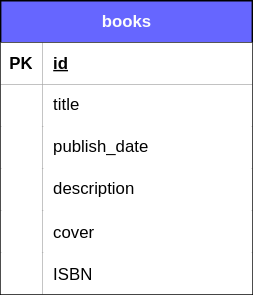
Before: docs/database-model.svg, a diagram exported from draw.io (camargobiel/book-trade-api). Source tidied: cells renumbered, new cells last; positions are measured from the earlier drawing's top-left corner, leaving out a move shared by most shapes.
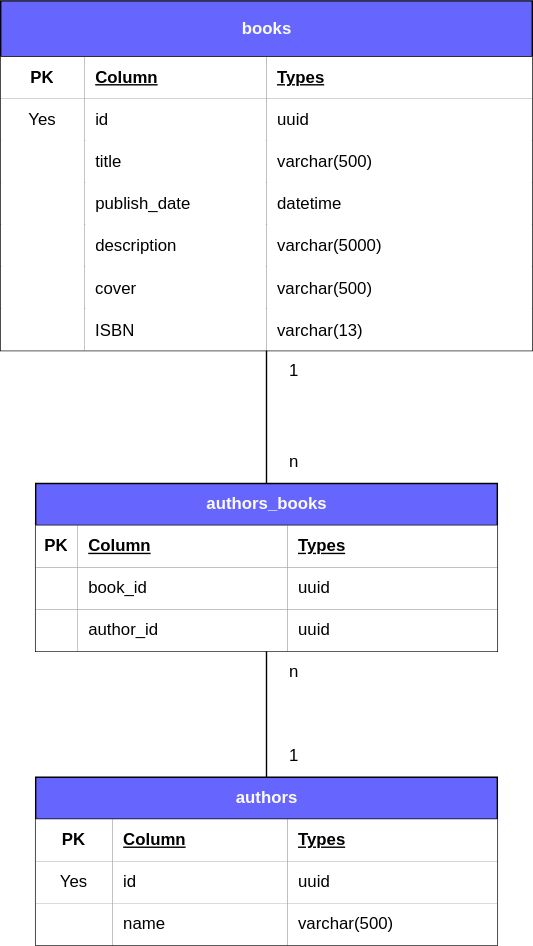
After the change.

Commit message:
docs: authors and authors_books table

The edit, as a diff of the source:
```diff
@@ -2,62 +2,190 @@
   <root>
     <mxCell id="0" />
     <mxCell id="1" parent="0" />
-    <mxCell id="2" value="books" style="shape=table;startSize=30;rowLines=0;fontStyle=1;align=center;html=1;rounded=0;fillColor=#6666FF;fontColor=#FCFCFC;labelBackgroundColor=none;" parent="1" vertex="1">
-      <mxGeometry width="180" height="210" as="geometry" />
+    <mxCell id="2" value="books" style="shape=table;startSize=40;rowLines=0;fontStyle=1;align=center;html=1;rounded=0;fillColor=#6666FF;fontColor=#FCFCFC;labelBackgroundColor=none;" parent="1" vertex="1">
+      <mxGeometry width="380" height="250" as="geometry" />
     </mxCell>
     <mxCell id="3" style="shape=tableRow;horizontal=0;startSize=0;swimlaneHead=0;swimlaneBody=0;fillColor=none;top=0;left=0;right=0;bottom=1;" parent="2" vertex="1">
-      <mxGeometry y="30" width="180" height="30" as="geometry" />
+      <mxGeometry y="40" width="380" height="30" as="geometry" />
     </mxCell>
     <mxCell id="4" value="PK" style="shape=partialRectangle;fillColor=default;top=0;left=0;bottom=0;right=0;fontStyle=1;overflow=hidden;whiteSpace=wrap;html=1;labelBackgroundColor=#FFFFFF;" parent="3" vertex="1">
-      <mxGeometry width="30" height="30" as="geometry" />
+      <mxGeometry width="60" height="30" as="geometry" />
     </mxCell>
-    <mxCell id="5" value="id" style="shape=partialRectangle;fillColor=default;top=0;left=0;bottom=0;right=0;align=left;spacingLeft=6;fontStyle=5;overflow=hidden;whiteSpace=wrap;html=1;labelBackgroundColor=#FFFFFF;" parent="3" vertex="1">
-      <mxGeometry x="30" width="150" height="30" as="geometry" />
+    <mxCell id="5" value="Column" style="shape=partialRectangle;fillColor=default;top=0;left=0;bottom=0;right=0;align=left;spacingLeft=6;fontStyle=5;overflow=hidden;whiteSpace=wrap;html=1;labelBackgroundColor=#FFFFFF;" parent="3" vertex="1">
+      <mxGeometry x="60" width="130" height="30" as="geometry" />
     </mxCell>
+    <mxCell id="21" value="Types" style="shape=partialRectangle;fillColor=default;top=0;left=0;bottom=0;right=0;align=left;spacingLeft=6;fontStyle=5;overflow=hidden;whiteSpace=wrap;html=1;labelBackgroundColor=#FFFFFF;" parent="3" vertex="1">
+      <mxGeometry x="190" width="190" height="30" as="geometry" />
+    </mxCell>
+    <mxCell id="22" style="shape=tableRow;horizontal=0;startSize=0;swimlaneHead=0;swimlaneBody=0;fillColor=none;top=0;left=0;right=0;bottom=0;" parent="2" vertex="1">
+      <mxGeometry y="70" width="380" height="30" as="geometry" />
+    </mxCell>
+    <mxCell id="23" value="Yes" style="shape=partialRectangle;fillColor=default;top=0;left=0;bottom=0;right=0;overflow=hidden;whiteSpace=wrap;html=1;labelBackgroundColor=#FFFFFF;" parent="22" vertex="1">
+      <mxGeometry width="60" height="30" as="geometry" />
+    </mxCell>
+    <mxCell id="24" value="id" style="shape=partialRectangle;fillColor=default;top=0;left=0;bottom=0;right=0;align=left;spacingLeft=6;overflow=hidden;whiteSpace=wrap;html=1;labelBackgroundColor=#FFFFFF;" parent="22" vertex="1">
+      <mxGeometry x="60" width="130" height="30" as="geometry" />
+    </mxCell>
+    <mxCell id="25" value="uuid" style="shape=partialRectangle;fillColor=default;top=0;left=0;bottom=0;right=0;align=left;spacingLeft=6;overflow=hidden;whiteSpace=wrap;html=1;labelBackgroundColor=#FFFFFF;" parent="22" vertex="1">
+      <mxGeometry x="190" width="190" height="30" as="geometry" />
+    </mxCell>
     <mxCell id="6" style="shape=tableRow;horizontal=0;startSize=0;swimlaneHead=0;swimlaneBody=0;fillColor=none;top=0;left=0;right=0;bottom=0;" parent="2" vertex="1">
-      <mxGeometry y="60" width="180" height="30" as="geometry" />
+      <mxGeometry y="100" width="380" height="30" as="geometry" />
     </mxCell>
     <mxCell id="7" style="shape=partialRectangle;fillColor=default;top=0;left=0;bottom=0;right=0;overflow=hidden;whiteSpace=wrap;html=1;labelBackgroundColor=#FFFFFF;" parent="6" vertex="1">
-      <mxGeometry width="30" height="30" as="geometry" />
+      <mxGeometry width="60" height="30" as="geometry" />
     </mxCell>
     <mxCell id="8" value="title&lt;br&gt;" style="shape=partialRectangle;fillColor=default;top=0;left=0;bottom=0;right=0;align=left;spacingLeft=6;overflow=hidden;whiteSpace=wrap;html=1;labelBackgroundColor=#FFFFFF;" parent="6" vertex="1">
-      <mxGeometry x="30" width="150" height="30" as="geometry" />
+      <mxGeometry x="60" width="130" height="30" as="geometry" />
     </mxCell>
+    <mxCell id="26" value="varchar(500)" style="shape=partialRectangle;fillColor=default;top=0;left=0;bottom=0;right=0;align=left;spacingLeft=6;overflow=hidden;whiteSpace=wrap;html=1;labelBackgroundColor=#FFFFFF;" parent="6" vertex="1">
+      <mxGeometry x="190" width="190" height="30" as="geometry" />
+    </mxCell>
     <mxCell id="9" style="shape=tableRow;horizontal=0;startSize=0;swimlaneHead=0;swimlaneBody=0;fillColor=none;top=0;left=0;right=0;bottom=0;" parent="2" vertex="1">
-      <mxGeometry y="90" width="180" height="30" as="geometry" />
+      <mxGeometry y="130" width="380" height="30" as="geometry" />
     </mxCell>
     <mxCell id="10" style="shape=partialRectangle;fillColor=default;top=0;left=0;bottom=0;right=0;overflow=hidden;whiteSpace=wrap;html=1;labelBackgroundColor=#FFFFFF;" parent="9" vertex="1">
-      <mxGeometry width="30" height="30" as="geometry" />
+      <mxGeometry width="60" height="30" as="geometry" />
     </mxCell>
     <mxCell id="11" value="publish_date" style="shape=partialRectangle;fillColor=default;top=0;left=0;bottom=0;right=0;align=left;spacingLeft=6;overflow=hidden;whiteSpace=wrap;html=1;labelBackgroundColor=#FFFFFF;" parent="9" vertex="1">
-      <mxGeometry x="30" width="150" height="30" as="geometry" />
+      <mxGeometry x="60" width="130" height="30" as="geometry" />
     </mxCell>
+    <mxCell id="27" value="datetime" style="shape=partialRectangle;fillColor=default;top=0;left=0;bottom=0;right=0;align=left;spacingLeft=6;overflow=hidden;whiteSpace=wrap;html=1;labelBackgroundColor=#FFFFFF;" parent="9" vertex="1">
+      <mxGeometry x="190" width="190" height="30" as="geometry" />
+    </mxCell>
     <mxCell id="12" style="shape=tableRow;horizontal=0;startSize=0;swimlaneHead=0;swimlaneBody=0;fillColor=none;top=0;left=0;right=0;bottom=0;" parent="2" vertex="1">
-      <mxGeometry y="120" width="180" height="30" as="geometry" />
+      <mxGeometry y="160" width="380" height="30" as="geometry" />
     </mxCell>
     <mxCell id="13" style="shape=partialRectangle;fillColor=default;top=0;left=0;bottom=0;right=0;overflow=hidden;whiteSpace=wrap;html=1;labelBackgroundColor=#FFFFFF;" parent="12" vertex="1">
-      <mxGeometry width="30" height="30" as="geometry" />
+      <mxGeometry width="60" height="30" as="geometry" />
     </mxCell>
     <mxCell id="14" value="description" style="shape=partialRectangle;fillColor=default;top=0;left=0;bottom=0;right=0;align=left;spacingLeft=6;overflow=hidden;whiteSpace=wrap;html=1;labelBackgroundColor=#FFFFFF;" parent="12" vertex="1">
-      <mxGeometry x="30" width="150" height="30" as="geometry" />
+      <mxGeometry x="60" width="130" height="30" as="geometry" />
     </mxCell>
+    <mxCell id="28" value="varchar(5000)" style="shape=partialRectangle;fillColor=default;top=0;left=0;bottom=0;right=0;align=left;spacingLeft=6;overflow=hidden;whiteSpace=wrap;html=1;labelBackgroundColor=#FFFFFF;" parent="12" vertex="1">
+      <mxGeometry x="190" width="190" height="30" as="geometry" />
+    </mxCell>
     <mxCell id="15" style="shape=tableRow;horizontal=0;startSize=0;swimlaneHead=0;swimlaneBody=0;fillColor=none;top=0;left=0;right=0;bottom=0;" parent="2" vertex="1">
-      <mxGeometry y="150" width="180" height="30" as="geometry" />
+      <mxGeometry y="190" width="380" height="30" as="geometry" />
     </mxCell>
     <mxCell id="16" style="shape=partialRectangle;fillColor=default;top=0;left=0;bottom=0;right=0;overflow=hidden;labelBackgroundColor=#FFFFFF;" parent="15" vertex="1">
-      <mxGeometry width="30" height="30" as="geometry" />
+      <mxGeometry width="60" height="30" as="geometry" />
     </mxCell>
     <mxCell id="17" value="cover" style="shape=partialRectangle;fillColor=default;top=0;left=0;bottom=0;right=0;align=left;spacingLeft=6;overflow=hidden;labelBackgroundColor=#FFFFFF;" parent="15" vertex="1">
-      <mxGeometry x="30" width="150" height="30" as="geometry" />
+      <mxGeometry x="60" width="130" height="30" as="geometry" />
     </mxCell>
+    <mxCell id="29" value="varchar(500)" style="shape=partialRectangle;fillColor=default;top=0;left=0;bottom=0;right=0;align=left;spacingLeft=6;overflow=hidden;labelBackgroundColor=#FFFFFF;" parent="15" vertex="1">
+      <mxGeometry x="190" width="190" height="30" as="geometry" />
+    </mxCell>
     <mxCell id="18" style="shape=tableRow;horizontal=0;startSize=0;swimlaneHead=0;swimlaneBody=0;fillColor=none;top=0;left=0;right=0;bottom=0;" parent="2" vertex="1">
-      <mxGeometry y="180" width="180" height="30" as="geometry" />
+      <mxGeometry y="220" width="380" height="30" as="geometry" />
     </mxCell>
     <mxCell id="19" style="shape=partialRectangle;fillColor=default;top=0;left=0;bottom=0;right=0;overflow=hidden;labelBackgroundColor=#FFFFFF;" parent="18" vertex="1">
-      <mxGeometry width="30" height="30" as="geometry" />
+      <mxGeometry width="60" height="30" as="geometry" />
     </mxCell>
     <mxCell id="20" value="ISBN" style="shape=partialRectangle;fillColor=default;top=0;left=0;bottom=0;right=0;align=left;spacingLeft=6;overflow=hidden;labelBackgroundColor=#FFFFFF;" parent="18" vertex="1">
-      <mxGeometry x="30" width="150" height="30" as="geometry" />
+      <mxGeometry x="60" width="130" height="30" as="geometry" />
     </mxCell>
+    <mxCell id="30" value="varchar(13)" style="shape=partialRectangle;fillColor=default;top=0;left=0;bottom=0;right=0;align=left;spacingLeft=6;overflow=hidden;labelBackgroundColor=#FFFFFF;" parent="18" vertex="1">
+      <mxGeometry x="190" width="190" height="30" as="geometry" />
+    </mxCell>
+    <mxCell id="31" value="authors" style="shape=table;startSize=30;rowLines=1;fontStyle=1;align=center;html=1;rounded=0;fillColor=#6666FF;fontColor=#FCFCFC;labelBackgroundColor=none;columnLines=1;" parent="1" vertex="1">
+      <mxGeometry x="25" y="555" width="330" height="120" as="geometry" />
+    </mxCell>
+    <mxCell id="32" style="shape=tableRow;horizontal=0;startSize=0;swimlaneHead=0;swimlaneBody=0;fillColor=none;top=0;left=0;right=0;bottom=1;" parent="31" vertex="1">
+      <mxGeometry y="30" width="330" height="30" as="geometry" />
+    </mxCell>
+    <mxCell id="33" value="PK" style="shape=partialRectangle;fillColor=default;top=0;left=0;bottom=0;right=0;fontStyle=1;overflow=hidden;whiteSpace=wrap;html=1;labelBackgroundColor=#FFFFFF;" parent="32" vertex="1">
+      <mxGeometry width="55" height="30" as="geometry" />
+    </mxCell>
+    <mxCell id="34" value="Column" style="shape=partialRectangle;fillColor=default;top=0;left=0;bottom=0;right=0;align=left;spacingLeft=6;fontStyle=5;overflow=hidden;whiteSpace=wrap;html=1;labelBackgroundColor=#FFFFFF;" parent="32" vertex="1">
+      <mxGeometry x="55" width="125" height="30" as="geometry" />
+    </mxCell>
+    <mxCell id="35" value="Types" style="shape=partialRectangle;fillColor=default;top=0;left=0;bottom=0;right=0;align=left;spacingLeft=6;fontStyle=5;overflow=hidden;whiteSpace=wrap;html=1;labelBackgroundColor=#FFFFFF;" parent="32" vertex="1">
+      <mxGeometry x="180" width="150" height="30" as="geometry" />
+    </mxCell>
+    <mxCell id="36" style="shape=tableRow;horizontal=0;startSize=0;swimlaneHead=0;swimlaneBody=0;fillColor=none;top=0;left=0;right=0;bottom=0;" parent="31" vertex="1">
+      <mxGeometry y="60" width="330" height="30" as="geometry" />
+    </mxCell>
+    <mxCell id="37" value="Yes" style="shape=partialRectangle;fillColor=default;top=0;left=0;bottom=0;right=0;overflow=hidden;whiteSpace=wrap;html=1;labelBackgroundColor=#FFFFFF;" parent="36" vertex="1">
+      <mxGeometry width="55" height="30" as="geometry" />
+    </mxCell>
+    <mxCell id="38" value="id" style="shape=partialRectangle;fillColor=default;top=0;left=0;bottom=0;right=0;align=left;spacingLeft=6;overflow=hidden;whiteSpace=wrap;html=1;labelBackgroundColor=#FFFFFF;" parent="36" vertex="1">
+      <mxGeometry x="55" width="125" height="30" as="geometry" />
+    </mxCell>
+    <mxCell id="39" value="uuid" style="shape=partialRectangle;fillColor=default;top=0;left=0;bottom=0;right=0;align=left;spacingLeft=6;overflow=hidden;whiteSpace=wrap;html=1;labelBackgroundColor=#FFFFFF;" parent="36" vertex="1">
+      <mxGeometry x="180" width="150" height="30" as="geometry" />
+    </mxCell>
+    <mxCell id="40" style="shape=tableRow;horizontal=0;startSize=0;swimlaneHead=0;swimlaneBody=0;fillColor=none;top=0;left=0;right=0;bottom=0;" parent="31" vertex="1">
+      <mxGeometry y="90" width="330" height="30" as="geometry" />
+    </mxCell>
+    <mxCell id="41" style="shape=partialRectangle;fillColor=default;top=0;left=0;bottom=0;right=0;overflow=hidden;whiteSpace=wrap;html=1;labelBackgroundColor=#FFFFFF;" parent="40" vertex="1">
+      <mxGeometry width="55" height="30" as="geometry" />
+    </mxCell>
+    <mxCell id="42" value="name" style="shape=partialRectangle;fillColor=default;top=0;left=0;bottom=0;right=0;align=left;spacingLeft=6;overflow=hidden;whiteSpace=wrap;html=1;labelBackgroundColor=#FFFFFF;" parent="40" vertex="1">
+      <mxGeometry x="55" width="125" height="30" as="geometry" />
+    </mxCell>
+    <mxCell id="43" value="varchar(500)" style="shape=partialRectangle;fillColor=default;top=0;left=0;bottom=0;right=0;align=left;spacingLeft=6;overflow=hidden;whiteSpace=wrap;html=1;labelBackgroundColor=#FFFFFF;" parent="40" vertex="1">
+      <mxGeometry x="180" width="150" height="30" as="geometry" />
+    </mxCell>
+    <mxCell id="44" value="authors_books" style="shape=table;startSize=30;rowLines=1;fontStyle=1;align=center;html=1;rounded=0;fillColor=#6666FF;fontColor=#FCFCFC;labelBackgroundColor=none;columnLines=1;" parent="1" vertex="1">
+      <mxGeometry x="25" y="345" width="330" height="120" as="geometry" />
+    </mxCell>
+    <mxCell id="45" style="shape=tableRow;horizontal=0;startSize=0;swimlaneHead=0;swimlaneBody=0;fillColor=none;top=0;left=0;right=0;bottom=1;" parent="44" vertex="1">
+      <mxGeometry y="30" width="330" height="30" as="geometry" />
+    </mxCell>
+    <mxCell id="46" value="PK" style="shape=partialRectangle;fillColor=default;top=0;left=0;bottom=0;right=0;fontStyle=1;overflow=hidden;whiteSpace=wrap;html=1;labelBackgroundColor=#FFFFFF;" parent="45" vertex="1">
+      <mxGeometry width="30" height="30" as="geometry" />
+    </mxCell>
+    <mxCell id="47" value="Column" style="shape=partialRectangle;fillColor=default;top=0;left=0;bottom=0;right=0;align=left;spacingLeft=6;fontStyle=5;overflow=hidden;whiteSpace=wrap;html=1;labelBackgroundColor=#FFFFFF;" parent="45" vertex="1">
+      <mxGeometry x="30" width="150" height="30" as="geometry" />
+    </mxCell>
+    <mxCell id="48" value="Types" style="shape=partialRectangle;fillColor=default;top=0;left=0;bottom=0;right=0;align=left;spacingLeft=6;fontStyle=5;overflow=hidden;whiteSpace=wrap;html=1;labelBackgroundColor=#FFFFFF;" parent="45" vertex="1">
+      <mxGeometry x="180" width="150" height="30" as="geometry" />
+    </mxCell>
+    <mxCell id="49" style="shape=tableRow;horizontal=0;startSize=0;swimlaneHead=0;swimlaneBody=0;fillColor=none;top=0;left=0;right=0;bottom=0;" parent="44" vertex="1">
+      <mxGeometry y="60" width="330" height="30" as="geometry" />
+    </mxCell>
+    <mxCell id="50" style="shape=partialRectangle;fillColor=default;top=0;left=0;bottom=0;right=0;overflow=hidden;whiteSpace=wrap;html=1;labelBackgroundColor=#FFFFFF;" parent="49" vertex="1">
+      <mxGeometry width="30" height="30" as="geometry" />
+    </mxCell>
+    <mxCell id="51" value="book_id" style="shape=partialRectangle;fillColor=default;top=0;left=0;bottom=0;right=0;align=left;spacingLeft=6;overflow=hidden;whiteSpace=wrap;html=1;labelBackgroundColor=#FFFFFF;" parent="49" vertex="1">
+      <mxGeometry x="30" width="150" height="30" as="geometry" />
+    </mxCell>
+    <mxCell id="52" value="uuid" style="shape=partialRectangle;fillColor=default;top=0;left=0;bottom=0;right=0;align=left;spacingLeft=6;overflow=hidden;whiteSpace=wrap;html=1;labelBackgroundColor=#FFFFFF;" parent="49" vertex="1">
+      <mxGeometry x="180" width="150" height="30" as="geometry" />
+    </mxCell>
+    <mxCell id="53" style="shape=tableRow;horizontal=0;startSize=0;swimlaneHead=0;swimlaneBody=0;fillColor=none;top=0;left=0;right=0;bottom=0;" parent="44" vertex="1">
+      <mxGeometry y="90" width="330" height="30" as="geometry" />
+    </mxCell>
+    <mxCell id="54" style="shape=partialRectangle;fillColor=default;top=0;left=0;bottom=0;right=0;overflow=hidden;whiteSpace=wrap;html=1;labelBackgroundColor=#FFFFFF;" parent="53" vertex="1">
+      <mxGeometry width="30" height="30" as="geometry" />
+    </mxCell>
+    <mxCell id="55" value="author_id" style="shape=partialRectangle;fillColor=default;top=0;left=0;bottom=0;right=0;align=left;spacingLeft=6;overflow=hidden;whiteSpace=wrap;html=1;labelBackgroundColor=#FFFFFF;" parent="53" vertex="1">
+      <mxGeometry x="30" width="150" height="30" as="geometry" />
+    </mxCell>
+    <mxCell id="56" value="uuid" style="shape=partialRectangle;fillColor=default;top=0;left=0;bottom=0;right=0;align=left;spacingLeft=6;overflow=hidden;whiteSpace=wrap;html=1;labelBackgroundColor=#FFFFFF;" parent="53" vertex="1">
+      <mxGeometry x="180" width="150" height="30" as="geometry" />
+    </mxCell>
+    <mxCell id="57" style="endArrow=none;html=1;rounded=0;entryX=0.5;entryY=1;entryDx=0;entryDy=0;exitX=0.5;exitY=0;exitDx=0;exitDy=0;" parent="1" edge="1" source="44" target="2">
+      <mxGeometry relative="1" as="geometry" />
+    </mxCell>
+    <mxCell id="58" style="endArrow=none;html=1;rounded=0;exitX=0.5;exitY=0;exitDx=0;exitDy=0;" parent="1" edge="1" source="31">
+      <mxGeometry relative="1" as="geometry">
+        <mxPoint x="190" y="465" as="targetPoint" />
+      </mxGeometry>
+    </mxCell>
+    <mxCell id="59" value="1" style="text;html=1;strokeColor=none;fillColor=none;align=center;verticalAlign=middle;whiteSpace=wrap;rounded=0;" parent="1" vertex="1">
+      <mxGeometry x="190" y="250" width="40" height="30" as="geometry" />
+    </mxCell>
+    <mxCell id="60" value="n" style="text;html=1;strokeColor=none;fillColor=none;align=center;verticalAlign=middle;whiteSpace=wrap;rounded=0;" parent="1" vertex="1">
+      <mxGeometry x="190" y="315" width="40" height="30" as="geometry" />
+    </mxCell>
+    <mxCell id="61" value="1" style="text;html=1;strokeColor=none;fillColor=none;align=center;verticalAlign=middle;whiteSpace=wrap;rounded=0;" parent="1" vertex="1">
+      <mxGeometry x="190" y="525" width="40" height="30" as="geometry" />
+    </mxCell>
+    <mxCell id="62" value="n" style="text;html=1;strokeColor=none;fillColor=none;align=center;verticalAlign=middle;whiteSpace=wrap;rounded=0;" parent="1" vertex="1">
+      <mxGeometry x="190" y="465" width="40" height="30" as="geometry" />
+    </mxCell>
   </root>
 </mxGraphModel>
```
